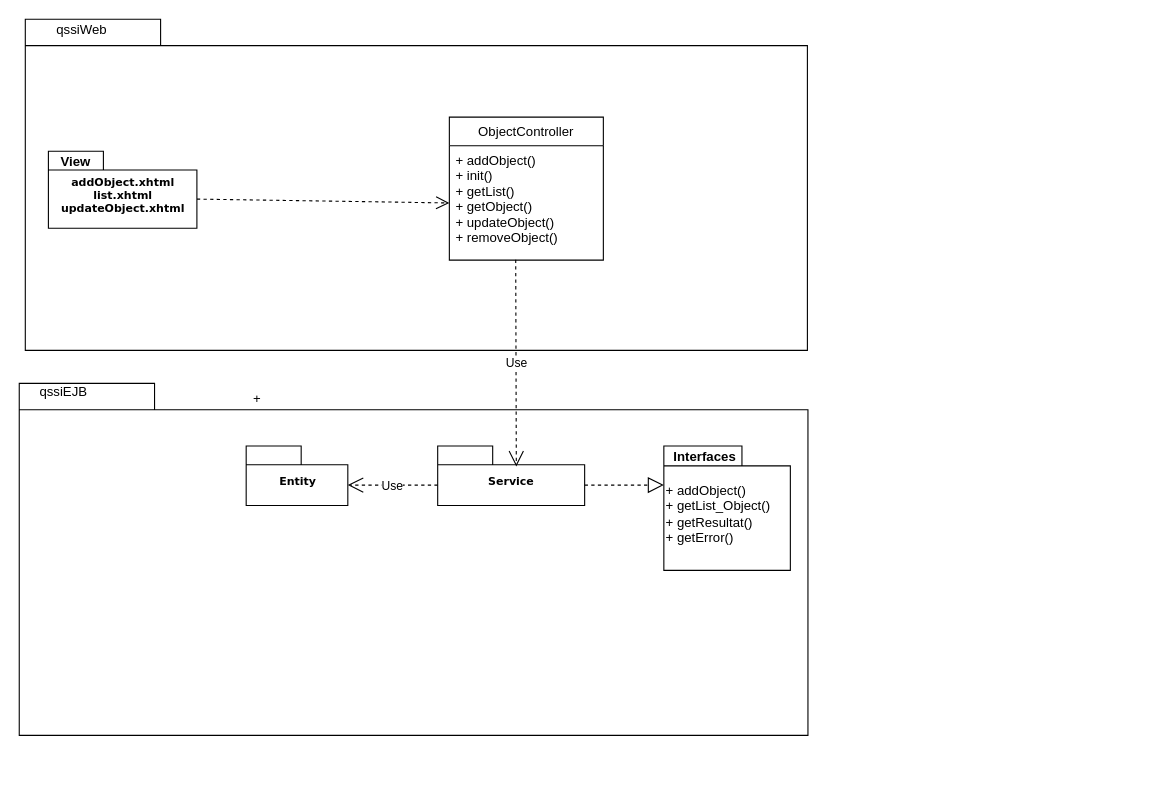
vherrera-dgtic/qsi keeps this draw.io diagram as qssiDocumentació/qssi_Architecture.drawio. Above is the earlier version. Source tidied: cells renumbered, new cells numbered last; positions are measured from the earlier drawing's top-left corner, leaving out a move shared by most shapes. Both pictures are drawn from the tidied source at 110%, with x=0, y=0 at pixel (18, 19).
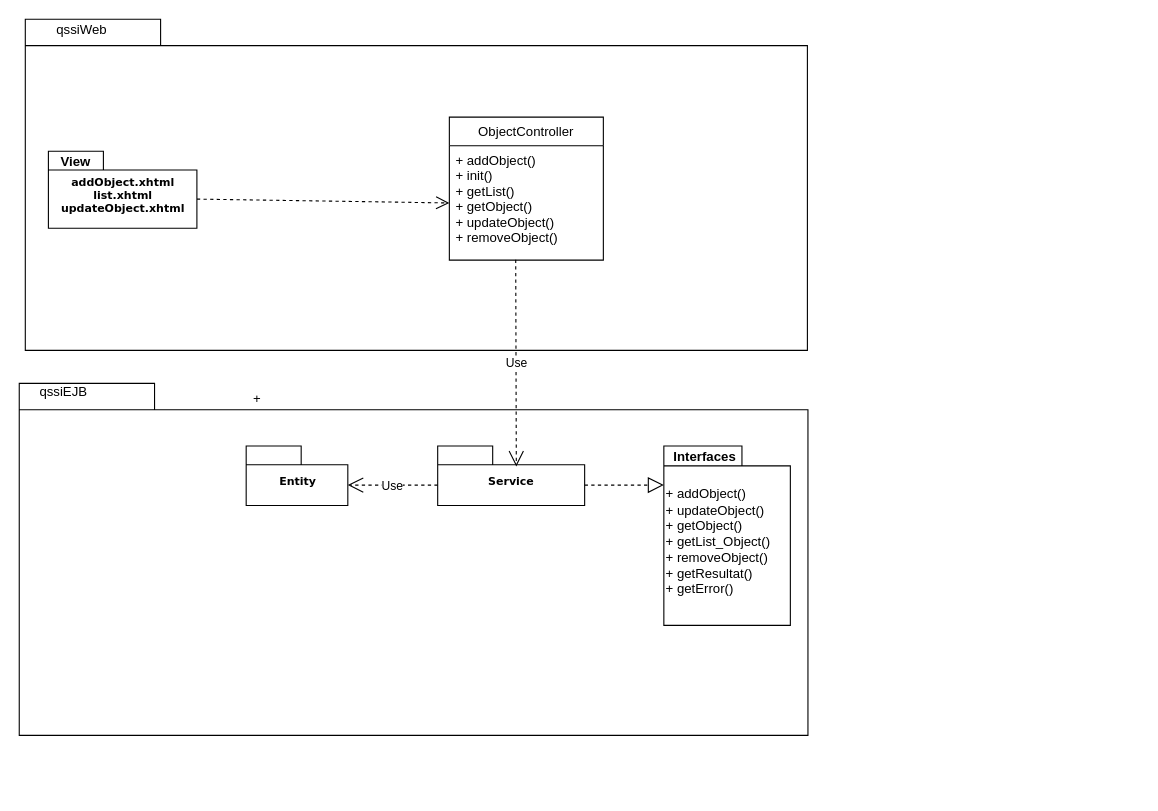
Above is the later version.

The edit, as a diff of the source:
```diff
@@
 <mxGraphModel background="#ffffff">
   <root>
     <mxCell id="0" />
     <mxCell id="1" parent="0" />
     <mxCell id="2" value="+" style="group;align=left;" parent="1" vertex="1">
       <mxGeometry x="212" y="331" width="807" height="371" as="geometry" />
     </mxCell>
     <mxCell id="3" style="group;" parent="2" vertex="1">
       <mxGeometry width="807" height="371" as="geometry" />
     </mxCell>
     <mxCell id="4" style="shape=folder;fontStyle=1;spacingTop=10;tabWidth=123;tabHeight=24;tabPosition=left;html=1;rounded=0;shadow=0;comic=0;labelBackgroundColor=none;strokeColor=#000000;strokeWidth=1;fillColor=#ffffff;fontFamily=Verdana;fontSize=10;fontColor=#000000;align=center;" parent="3" vertex="1">
       <mxGeometry x="-211" width="717" height="320" as="geometry" />
     </mxCell>
     <mxCell id="5" value="Entity" style="shape=folder;fontStyle=1;spacingTop=10;tabWidth=50;tabHeight=17;tabPosition=left;html=1;rounded=0;shadow=0;comic=0;labelBackgroundColor=none;strokeColor=#000000;strokeWidth=1;fillColor=#ffffff;fontFamily=Verdana;fontSize=10;fontColor=#000000;align=center;" parent="3" vertex="1">
       <mxGeometry x="-4.7" y="57" width="92.4" height="54" as="geometry" />
     </mxCell>
-    <mxCell id="6" value="&lt;span style=&quot;font-weight: normal ; font-size: 12px&quot;&gt;&lt;font face=&quot;Helvetica&quot;&gt;+ addObject()&lt;br&gt;+ getList_Object()&lt;br&gt;+ getResultat()&lt;br&gt;+ getError()&lt;/font&gt;&lt;br&gt;&lt;/span&gt;" style="shape=folder;fontStyle=1;spacingTop=10;tabWidth=71;tabHeight=18;tabPosition=left;html=1;rounded=0;shadow=0;comic=0;labelBackgroundColor=none;strokeColor=#000000;strokeWidth=1;fillColor=#ffffff;fontFamily=Verdana;fontSize=12;fontColor=#000000;align=left;" parent="3" vertex="1">
-      <mxGeometry x="375" y="57" width="115" height="113" as="geometry" />
+    <mxCell id="6" value="&lt;span style=&quot;font-weight: normal ; font-size: 12px&quot;&gt;&lt;font face=&quot;Helvetica&quot;&gt;+ addObject()&lt;br&gt;+ updateObject()&lt;br&gt;+ getObject()&lt;br&gt;+ getList_Object()&lt;br&gt;+ removeObject()&lt;br&gt;+ getResultat()&lt;br&gt;+ getError()&lt;/font&gt;&lt;br&gt;&lt;/span&gt;" style="shape=folder;fontStyle=1;spacingTop=10;tabWidth=71;tabHeight=18;tabPosition=left;html=1;rounded=0;shadow=0;comic=0;labelBackgroundColor=none;strokeColor=#000000;strokeWidth=1;fillColor=#ffffff;fontFamily=Verdana;fontSize=12;fontColor=#000000;align=left;" parent="3" vertex="1">
+      <mxGeometry x="375" y="57" width="115" height="163" as="geometry" />
     </mxCell>
     <mxCell id="7" value="Service" style="shape=folder;fontStyle=1;spacingTop=10;tabWidth=50;tabHeight=17;tabPosition=left;html=1;rounded=0;shadow=0;comic=0;labelBackgroundColor=none;strokeColor=#000000;strokeWidth=1;fillColor=#ffffff;fontFamily=Verdana;fontSize=10;fontColor=#000000;align=center;" parent="3" vertex="1">
       <mxGeometry x="169.4" y="57" width="133.6" height="54" as="geometry" />
     </mxCell>
     <mxCell id="8" style="endArrow=block;dashed=1;endFill=0;endSize=12;html=1;entryX=0;entryY=0;entryDx=0;entryDy=35.5;entryPerimeter=0;exitX=0;exitY=0;exitDx=133.60333333333332;exitDy=35.5;exitPerimeter=0;" parent="3" edge="1" source="7" target="6">
       <mxGeometry relative="1" as="geometry" />
     </mxCell>
     <mxCell id="9" value="qssiEJB" style="text;html=1;strokeColor=none;fillColor=none;align=center;verticalAlign=middle;whiteSpace=wrap;rounded=0;" parent="3" vertex="1">
       <mxGeometry x="-211.8" width="83.4" height="15" as="geometry" />
     </mxCell>
     <mxCell id="10" value="Use" style="endArrow=open;endSize=12;dashed=1;html=1;exitX=0;exitY=0;exitDx=0;exitDy=35.5;exitPerimeter=0;entryX=0;entryY=0;entryDx=92.35666666666665;entryDy=35.5;entryPerimeter=0;" parent="3" edge="1" source="7" target="5">
       <mxGeometry relative="1" as="geometry" />
     </mxCell>
     <mxCell id="11" value="Interfaces" style="text;align=center;fontStyle=1;verticalAlign=middle;spacingLeft=3;spacingRight=3;strokeColor=none;" parent="3" vertex="1">
       <mxGeometry x="375" y="57" width="75" height="18" as="geometry" />
     </mxCell>
     <mxCell id="12" style="shape=folder;fontStyle=1;spacingTop=10;tabWidth=123;tabHeight=24;tabPosition=left;html=1;rounded=0;shadow=0;comic=0;labelBackgroundColor=none;strokeColor=#000000;strokeWidth=1;fillColor=#ffffff;fontFamily=Verdana;fontSize=10;fontColor=#000000;align=center;" parent="1" vertex="1">
       <mxGeometry x="6.5" width="711" height="301" as="geometry" />
     </mxCell>
     <mxCell id="13" style="edgeStyle=none;rounded=0;html=1;dashed=1;labelBackgroundColor=none;startFill=0;endArrow=open;endFill=0;endSize=10;fontFamily=Verdana;fontSize=10;exitX=0;exitY=0;exitDx=135;exitDy=43.5;exitPerimeter=0;entryX=0;entryY=0.5;entryDx=0;entryDy=0;" parent="1" edge="1" source="14" target="17">
       <mxGeometry relative="1" as="geometry" />
     </mxCell>
     <mxCell id="14" value="addObject.xhtml&lt;br&gt;list.xhtml&lt;br&gt;updateObject.xhtml&lt;br&gt;" style="shape=folder;fontStyle=1;spacingTop=10;tabWidth=50;tabHeight=17;tabPosition=left;html=1;rounded=0;shadow=0;comic=0;labelBackgroundColor=none;strokeColor=#000000;strokeWidth=1;fillColor=#ffffff;fontFamily=Verdana;fontSize=10;fontColor=#000000;align=center;" parent="1" vertex="1">
       <mxGeometry x="27.5" y="120" width="135" height="70" as="geometry" />
     </mxCell>
     <mxCell id="15" value="qssiWeb" style="text;html=1;strokeColor=none;fillColor=none;align=center;verticalAlign=middle;whiteSpace=wrap;rounded=0;" parent="1" vertex="1">
       <mxGeometry x="37.5" width="40" height="20" as="geometry" />
     </mxCell>
     <mxCell id="16" value="ObjectController" style="swimlane;fontStyle=0;horizontal=1;startSize=26;fillColor=none;" parent="1" vertex="1">
       <mxGeometry x="392" y="89" width="140" height="130" as="geometry" />
     </mxCell>
     <mxCell id="17" value="+ addObject()&#10;+ init()&#10;+ getList()&#10;+ getObject()&#10;+ updateObject()&#10;+ removeObject()&#10;" style="text;strokeColor=none;fillColor=none;align=left;verticalAlign=top;spacingLeft=4;spacingRight=4;overflow=hidden;points=[[0,0.5],[1,0.5]];portConstraint=eastwest;" parent="16" vertex="1">
       <mxGeometry y="26" width="140" height="104" as="geometry" />
     </mxCell>
     <mxCell id="18" value="View" style="text;align=center;fontStyle=1;verticalAlign=middle;spacingLeft=3;spacingRight=3;strokeColor=none;" parent="1" vertex="1">
       <mxGeometry x="27.5" y="120" width="50" height="18" as="geometry" />
     </mxCell>
     <mxCell id="19" value="Use" style="endArrow=open;endSize=12;dashed=1;html=1;exitX=0.431;exitY=0.996;exitDx=0;exitDy=0;exitPerimeter=0;entryX=0.535;entryY=0.344;entryDx=0;entryDy=0;entryPerimeter=0;" parent="1" edge="1" source="17" target="7">
       <mxGeometry relative="1" as="geometry" />
     </mxCell>
   </root>
 </mxGraphModel>
```
